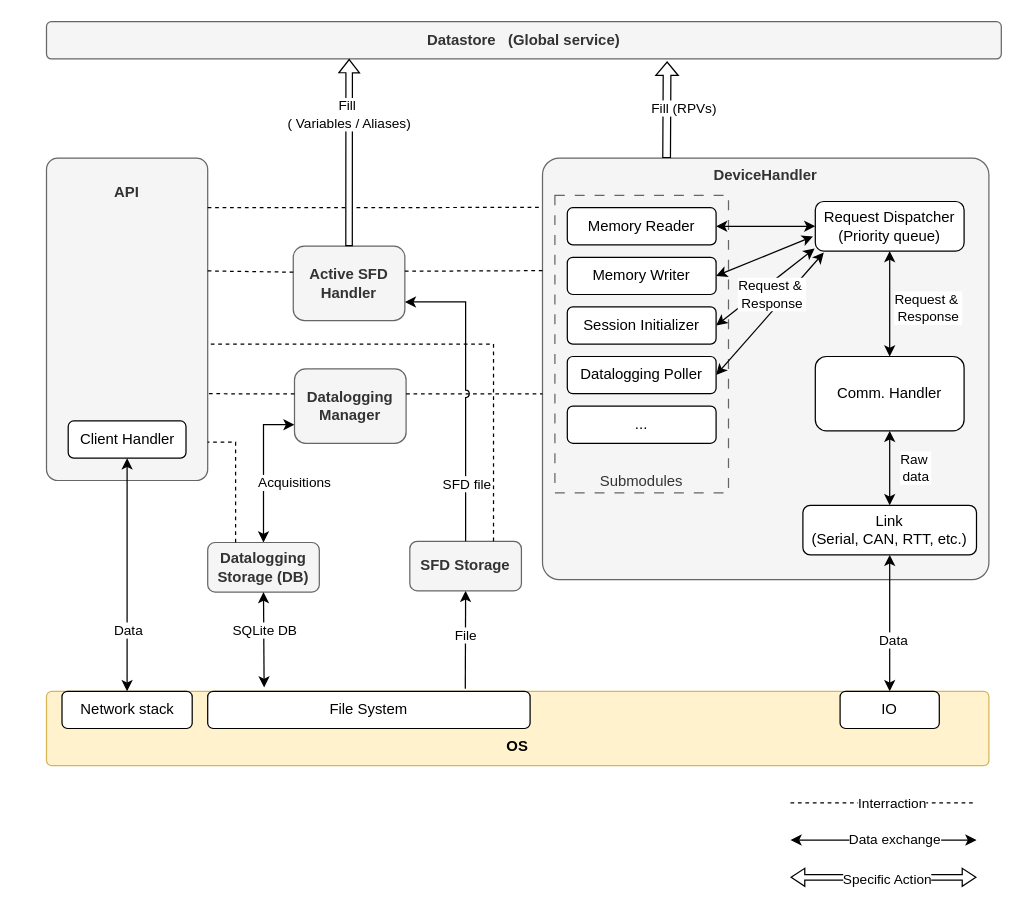
Earlier version of the draw.io diagram draw.io/server_architecture.drawio (scrutinydebugger/scrutiny-devtools). Source tidied: cells renumbered, new cells numbered last; positions are measured from the earlier drawing's top-left corner, leaving out a move shared by most shapes. Both pictures are drawn from the tidied source at 124%, with x=0, y=0 at pixel (21, 21).
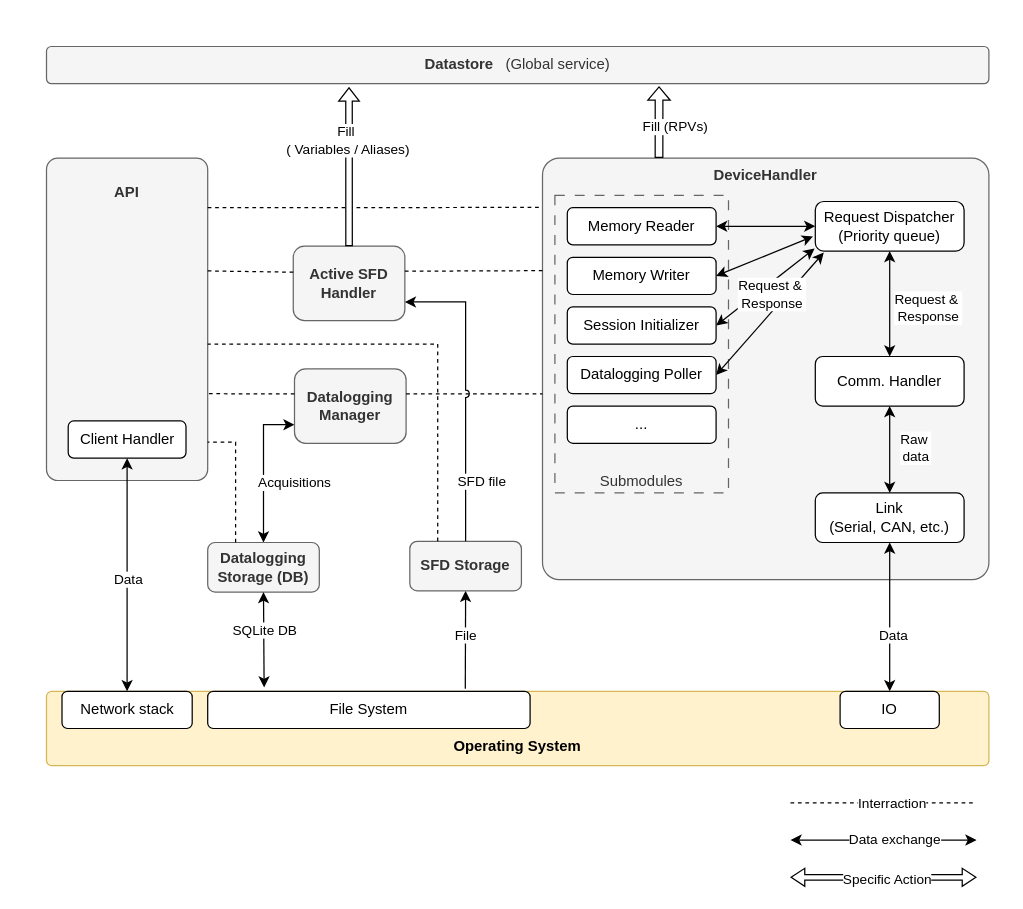
After the change.

Commit message:
upadte server arch

The change refers to these unchanged cells:
```xml
<mxCell id="5" value="DeviceHandler" style="rounded=1;whiteSpace=wrap;html=1;arcSize=4;verticalAlign=top;fontStyle=1;fillColor=#f5f5f5;fontColor=#333333;strokeColor=#666666;" parent="1" vertex="1">
  <mxGeometry x="420" y="110" width="360" height="340" as="geometry" />
</mxCell>
<mxCell id="28" value="&lt;div&gt;&lt;br&gt;&lt;/div&gt;&lt;div&gt;API&lt;/div&gt;" style="rounded=1;whiteSpace=wrap;html=1;arcSize=7;fontStyle=1;verticalAlign=top;fillColor=#f5f5f5;fontColor=#333333;strokeColor=#666666;" parent="27" vertex="1">
  <mxGeometry x="20" width="130" height="260" as="geometry" />
</mxCell>
<mxCell id="30" style="edgeStyle=none;rounded=0;jettySize=auto;html=1;exitX=0.5;exitY=1;exitDx=0;exitDy=0;entryX=0.5;entryY=0;entryDx=0;entryDy=0;startArrow=classic;startFill=1;" parent="1" edge="1" source="29" target="47">
  <mxGeometry relative="1" as="geometry" />
</mxCell>
<mxCell id="40" value="SFD Storage" style="rounded=1;whiteSpace=wrap;html=1;fontStyle=1;fillColor=#f5f5f5;fontColor=#333333;strokeColor=#666666;" parent="1" vertex="1">
  <mxGeometry x="313" y="419" width="90" height="40" as="geometry" />
</mxCell>
<mxCell id="42" value="Active SFD Handler" style="rounded=1;whiteSpace=wrap;html=1;fontStyle=1;fillColor=#f5f5f5;fontColor=#333333;strokeColor=#666666;" parent="1" vertex="1">
  <mxGeometry x="219" y="181" width="90" height="60" as="geometry" />
</mxCell>
<mxCell id="50" style="edgeStyle=orthogonalEdgeStyle;rounded=0;jettySize=auto;html=1;exitX=1;exitY=0.75;exitDx=0;exitDy=0;entryX=0.5;entryY=0;entryDx=0;entryDy=0;jumpStyle=arc;startArrow=classic;startFill=1;endArrow=none;endFill=0;" parent="1" edge="1" source="42" target="40">
  <mxGeometry relative="1" as="geometry" />
</mxCell>
```

The edit, as a diff of the source:
```diff
@@
     <mxCell id="8" value="Comm. Handler" style="rounded=1;whiteSpace=wrap;html=1;" parent="1" vertex="1">
-      <mxGeometry x="640" y="270" width="120" height="60" as="geometry" />
+      <mxGeometry x="640" y="270" width="120" height="40" as="geometry" />
     </mxCell>
@@
-    <mxCell id="11" value="Link&lt;br&gt;(Serial, CAN, RTT, etc.)" style="rounded=1;whiteSpace=wrap;html=1;" parent="1" vertex="1">
-      <mxGeometry x="630" y="390" width="140" height="40" as="geometry" />
+    <mxCell id="11" value="Link&lt;br&gt;(Serial, CAN, etc.)" style="rounded=1;whiteSpace=wrap;html=1;" parent="1" vertex="1">
+      <mxGeometry x="640" y="380" width="120" height="40" as="geometry" />
     </mxCell>
@@
-    <mxCell id="26" value="&lt;div&gt;&lt;br&gt;&lt;/div&gt;&lt;div&gt;&lt;br&gt;&lt;/div&gt;&lt;div&gt;OS&lt;/div&gt;" style="rounded=1;whiteSpace=wrap;html=1;fontStyle=1;fillColor=#fff2cc;strokeColor=#d6b656;arcSize=7;" parent="1" vertex="1">
+    <mxCell id="26" value="&lt;div&gt;&lt;br&gt;&lt;/div&gt;&lt;div&gt;&lt;br&gt;&lt;/div&gt;&lt;div&gt;Operating System&lt;/div&gt;" style="rounded=1;whiteSpace=wrap;html=1;fontStyle=1;fillColor=#fff2cc;strokeColor=#d6b656;arcSize=7;" parent="1" vertex="1">
       <mxGeometry x="20" y="540" width="760" height="60" as="geometry" />
     </mxCell>
@@
     <mxCell id="31" value="Data" style="edgeLabel;html=1;align=center;verticalAlign=middle;" parent="30" vertex="1">
       <mxGeometry x="-0.03" y="4" relative="1" as="geometry">
-        <mxPoint x="-4" y="47" as="offset" />
+        <mxPoint x="-4" y="6" as="offset" />
       </mxGeometry>
     </mxCell>
@@
-    <mxCell id="34" value="Datastore&amp;nbsp; &amp;nbsp;(Global service)" style="rounded=1;whiteSpace=wrap;html=1;arcSize=13;fontStyle=1;fillColor=#f5f5f5;fontColor=#333333;strokeColor=#666666;" parent="1" vertex="1">
-      <mxGeometry x="20" width="770" height="30" as="geometry" />
+    <mxCell id="34" value="Datastore&amp;nbsp; &amp;nbsp;&lt;span style=&quot;font-weight: normal;&quot;&gt;(Global service)&lt;/span&gt;" style="rounded=1;whiteSpace=wrap;html=1;arcSize=13;fontStyle=1;fillColor=#f5f5f5;fontColor=#333333;strokeColor=#666666;" parent="1" vertex="1">
+      <mxGeometry x="20" y="20" width="760" height="30" as="geometry" />
     </mxCell>
@@
-    <mxCell id="36" style="edgeStyle=none;rounded=0;jettySize=auto;html=1;flowAnimation=0;shadow=0;jumpStyle=arc;shape=flexArrow;fillColor=default;width=6.19047619047619;endSize=3.2523809523809524;endWidth=10.861678004535147;entryX=0.65;entryY=1.069;entryDx=0;entryDy=0;entryPerimeter=0;exitX=0.278;exitY=0;exitDx=0;exitDy=0;exitPerimeter=0;" parent="1" edge="1" source="5" target="34">
+    <mxCell id="36" style="edgeStyle=none;rounded=0;jettySize=auto;html=1;flowAnimation=0;shadow=0;jumpStyle=arc;shape=flexArrow;fillColor=default;width=6.19047619047619;endSize=3.2523809523809524;endWidth=10.861678004535147;entryX=0.65;entryY=1.069;entryDx=0;entryDy=0;entryPerimeter=0;exitX=0.261;exitY=0;exitDx=0;exitDy=0;exitPerimeter=0;" parent="1" edge="1" source="5" target="34">
       <mxGeometry relative="1" as="geometry" />
     </mxCell>
@@
-    <mxCell id="45" style="rounded=0;jettySize=auto;html=1;exitX=0.5;exitY=0;exitDx=0;exitDy=0;flowAnimation=0;shadow=0;jumpStyle=arc;shape=flexArrow;fillColor=default;width=5.238095238095238;endSize=3.2238095238095235;endWidth=10.36281179138322;entryX=0.317;entryY=1;entryDx=0;entryDy=0;entryPerimeter=0;" parent="1" edge="1" source="42" target="34">
+    <mxCell id="45" style="rounded=0;jettySize=auto;html=1;exitX=0.5;exitY=0;exitDx=0;exitDy=0;flowAnimation=0;shadow=0;jumpStyle=arc;shape=flexArrow;fillColor=default;width=5.238095238095238;endSize=3.2238095238095235;endWidth=10.36281179138322;entryX=0.321;entryY=1.095;entryDx=0;entryDy=0;entryPerimeter=0;" parent="1" edge="1" source="42" target="34">
       <mxGeometry relative="1" as="geometry" />
     </mxCell>
@@
     <mxCell id="51" value="SFD file" style="edgeLabel;html=1;align=center;verticalAlign=middle;" parent="50" vertex="1">
       <mxGeometry x="0.57" y="-1" relative="1" as="geometry">
-        <mxPoint x="1" y="5" as="offset" />
+        <mxPoint x="13" y="3" as="offset" />
       </mxGeometry>
     </mxCell>
@@
-    <mxCell id="61" style="edgeStyle=orthogonalEdgeStyle;rounded=0;jettySize=auto;html=1;exitX=0.75;exitY=0;exitDx=0;exitDy=0;entryX=1;entryY=0.577;entryDx=0;entryDy=0;entryPerimeter=0;startArrow=none;startFill=0;dashed=1;endArrow=none;endFill=0;" parent="1" edge="1" source="40" target="28">
+    <mxCell id="61" style="edgeStyle=orthogonalEdgeStyle;rounded=0;jettySize=auto;html=1;exitX=0.25;exitY=0;exitDx=0;exitDy=0;entryX=1;entryY=0.577;entryDx=0;entryDy=0;entryPerimeter=0;startArrow=none;startFill=0;dashed=1;endArrow=none;endFill=0;" parent="1" edge="1" source="40" target="28">
       <mxGeometry relative="1" as="geometry" />
     </mxCell>
```
